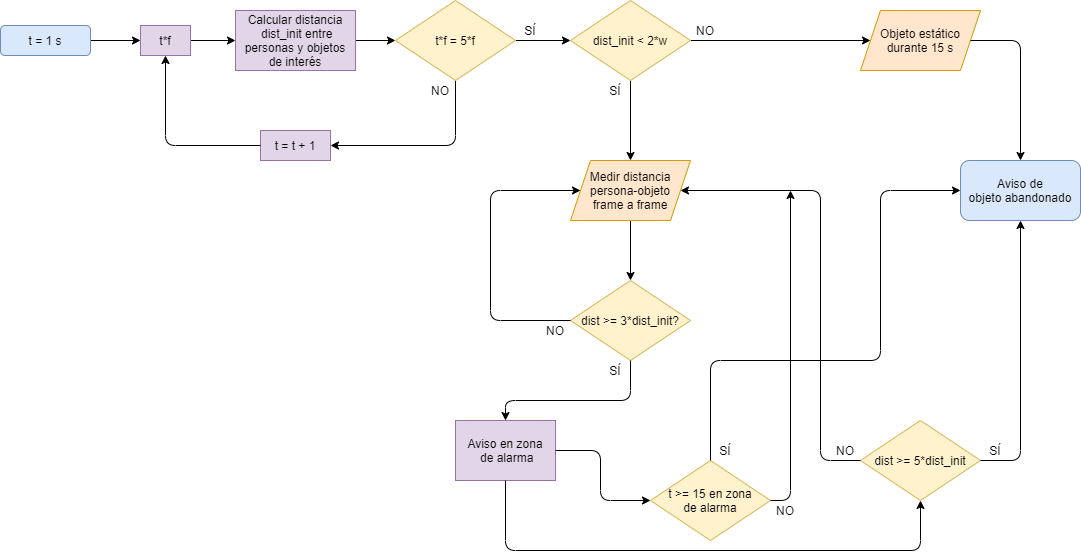
Earlier version of the draw.io export slides/Images/desarrollo/abandoned-object-scheme.png (jmudy/MUII-TFM). Source tidied: cells renumbered, new cells last; positions are measured from the earlier drawing's top-left corner, leaving out a move shared by most shapes. Its diagram source:
```xml
<mxGraphModel>
  <root>
    <mxCell id="0" />
    <mxCell id="1" parent="0" />
    <mxCell id="2" style="edgeStyle=orthogonalEdgeStyle;rounded=0;jettySize=auto;exitX=1;exitY=0.5;exitDx=0;exitDy=0;entryX=0;entryY=0.5;entryDx=0;entryDy=0;" parent="1" edge="1" source="27" target="10">
      <mxGeometry relative="1" as="geometry" />
    </mxCell>
    <mxCell id="3" style="endArrow=classic;entryX=0;entryY=0.5;entryDx=0;entryDy=0;exitX=1;exitY=0.5;exitDx=0;exitDy=0;" parent="1" edge="1" source="26" target="27">
      <mxGeometry relative="1" as="geometry" />
    </mxCell>
    <mxCell id="4" style="endArrow=classic;exitX=0.5;exitY=1;exitDx=0;exitDy=0;entryX=1;entryY=0.5;entryDx=0;entryDy=0;" parent="1" edge="1" source="6" target="28">
      <mxGeometry relative="1" as="geometry">
        <Array as="points">
          <mxPoint x="455" y="145" />
        </Array>
      </mxGeometry>
    </mxCell>
    <mxCell id="5" style="edgeStyle=orthogonalEdgeStyle;rounded=0;jettySize=auto;exitX=1;exitY=0.5;exitDx=0;exitDy=0;entryX=0;entryY=0.5;entryDx=0;entryDy=0;" parent="1" edge="1" source="6" target="13">
      <mxGeometry relative="1" as="geometry" />
    </mxCell>
    <mxCell id="6" value="t*f = 5*f" style="rhombus;fillColor=#fff2cc;strokeColor=#d6b656;" parent="1" vertex="1">
      <mxGeometry x="395" width="120" height="80" as="geometry" />
    </mxCell>
    <mxCell id="7" value="NO" style="text;align=center;verticalAlign=middle;" parent="1" vertex="1">
      <mxGeometry x="425" y="80" width="30" height="20" as="geometry" />
    </mxCell>
    <mxCell id="8" value="SÍ" style="text;align=center;verticalAlign=middle;" parent="1" vertex="1">
      <mxGeometry x="515" y="20" width="30" height="20" as="geometry" />
    </mxCell>
    <mxCell id="9" style="edgeStyle=orthogonalEdgeStyle;rounded=0;jettySize=auto;exitX=1;exitY=0.5;exitDx=0;exitDy=0;entryX=0;entryY=0.5;entryDx=0;entryDy=0;" parent="1" edge="1" source="10" target="6">
      <mxGeometry relative="1" as="geometry" />
    </mxCell>
    <mxCell id="10" value="Calcular distancia&#10; dist_init entre&#10;personas y objetos&#10;de interés" style="rounded=0;fillColor=#e1d5e7;strokeColor=#9673a6;" parent="1" vertex="1">
      <mxGeometry x="235" y="10" width="120" height="60" as="geometry" />
    </mxCell>
    <mxCell id="11" style="edgeStyle=orthogonalEdgeStyle;rounded=0;jettySize=auto;exitX=0.5;exitY=1;exitDx=0;exitDy=0;" parent="1" edge="1" source="13">
      <mxGeometry relative="1" as="geometry">
        <mxPoint x="630" y="160" as="targetPoint" />
      </mxGeometry>
    </mxCell>
    <mxCell id="12" style="edgeStyle=orthogonalEdgeStyle;rounded=0;jettySize=auto;exitX=1;exitY=0.5;exitDx=0;exitDy=0;" parent="1" edge="1" source="13" target="24">
      <mxGeometry relative="1" as="geometry" />
    </mxCell>
    <mxCell id="13" value="dist_init &lt; 2*w" style="rhombus;fillColor=#fff2cc;strokeColor=#d6b656;" parent="1" vertex="1">
      <mxGeometry x="570" width="120" height="80" as="geometry" />
    </mxCell>
    <mxCell id="14" style="edgeStyle=orthogonalEdgeStyle;rounded=0;jettySize=auto;exitX=0.5;exitY=1;exitDx=0;exitDy=0;entryX=0.5;entryY=0;entryDx=0;entryDy=0;" parent="1" edge="1" source="15" target="16">
      <mxGeometry relative="1" as="geometry" />
    </mxCell>
    <mxCell id="15" value="Medir distancia&#10;persona-objeto &#10;frame a frame" style="shape=parallelogram;perimeter=parallelogramPerimeter;fixedSize=1;fillColor=#ffe6cc;strokeColor=#d79b00;" parent="1" vertex="1">
      <mxGeometry x="570" y="160" width="120" height="60" as="geometry" />
    </mxCell>
    <mxCell id="16" value="dist &gt;= 3*dist_init?" style="rhombus;fillColor=#fff2cc;strokeColor=#d6b656;" parent="1" vertex="1">
      <mxGeometry x="570" y="280" width="120" height="80" as="geometry" />
    </mxCell>
    <mxCell id="17" style="endArrow=classic;exitX=0;exitY=0.5;exitDx=0;exitDy=0;entryX=0;entryY=0.5;entryDx=0;entryDy=0;" parent="1" edge="1" source="16" target="15">
      <mxGeometry relative="1" as="geometry">
        <Array as="points">
          <mxPoint x="490" y="320" />
          <mxPoint x="490" y="190" />
        </Array>
      </mxGeometry>
    </mxCell>
    <mxCell id="18" value="NO" style="text;align=center;verticalAlign=middle;" parent="1" vertex="1">
      <mxGeometry x="540" y="320" width="30" height="20" as="geometry" />
    </mxCell>
    <mxCell id="19" value="SÍ" style="text;align=center;verticalAlign=middle;" parent="1" vertex="1">
      <mxGeometry x="600" y="360" width="30" height="20" as="geometry" />
    </mxCell>
    <mxCell id="20" value="Aviso en zona&#10; de alarma" style="rounded=0;fillColor=#e1d5e7;strokeColor=#9673a6;" parent="1" vertex="1">
      <mxGeometry x="455" y="420" width="100" height="60" as="geometry" />
    </mxCell>
    <mxCell id="21" value="dist &gt;= 5*dist_init" style="rhombus;fillColor=#fff2cc;strokeColor=#d6b656;" parent="1" vertex="1">
      <mxGeometry x="860" y="420" width="120" height="80" as="geometry" />
    </mxCell>
    <mxCell id="22" value="SÍ" style="text;align=center;verticalAlign=middle;" parent="1" vertex="1">
      <mxGeometry x="600" y="80" width="30" height="20" as="geometry" />
    </mxCell>
    <mxCell id="23" value="NO" style="text;align=center;verticalAlign=middle;" parent="1" vertex="1">
      <mxGeometry x="690" y="20" width="30" height="20" as="geometry" />
    </mxCell>
    <mxCell id="24" value="Objeto estático&#10;durante 15 s" style="shape=parallelogram;perimeter=parallelogramPerimeter;fixedSize=1;fillColor=#ffe6cc;strokeColor=#d79b00;" parent="1" vertex="1">
      <mxGeometry x="860" y="10" width="120" height="60" as="geometry" />
    </mxCell>
    <mxCell id="25" value="Aviso de&#10;objeto abandonado" style="rounded=1;fillColor=#dae8fc;strokeColor=#6c8ebf;" parent="1" vertex="1">
      <mxGeometry x="960" y="160" width="120" height="60" as="geometry" />
    </mxCell>
    <mxCell id="26" value="t = 1 s" style="rounded=1;labelBackgroundColor=none;labelBorderColor=none;fillColor=#dae8fc;strokeColor=#6c8ebf;" parent="1" vertex="1">
      <mxGeometry y="25" width="90" height="30" as="geometry" />
    </mxCell>
    <mxCell id="27" value="t*f" style="rounded=0;fillColor=#e1d5e7;strokeColor=#9673a6;" parent="1" vertex="1">
      <mxGeometry x="140" y="25" width="50" height="30" as="geometry" />
    </mxCell>
    <mxCell id="28" value="t = t + 1" style="rounded=0;fillColor=#e1d5e7;strokeColor=#9673a6;" parent="1" vertex="1">
      <mxGeometry x="260" y="130" width="70" height="30" as="geometry" />
    </mxCell>
    <mxCell id="29" style="endArrow=classic;exitX=0;exitY=0.5;exitDx=0;exitDy=0;entryX=0.5;entryY=1;entryDx=0;entryDy=0;" parent="1" edge="1" source="28" target="27">
      <mxGeometry relative="1" as="geometry">
        <Array as="points">
          <mxPoint x="165" y="145" />
        </Array>
      </mxGeometry>
    </mxCell>
    <mxCell id="30" style="endArrow=classic;exitX=1;exitY=0.5;exitDx=0;exitDy=0;entryX=0.5;entryY=0;entryDx=0;entryDy=0;" parent="1" edge="1" source="24" target="25">
      <mxGeometry relative="1" as="geometry">
        <Array as="points">
          <mxPoint x="1020" y="40" />
        </Array>
      </mxGeometry>
    </mxCell>
    <mxCell id="31" style="endArrow=classic;exitX=1;exitY=0.5;exitDx=0;exitDy=0;entryX=0.5;entryY=1;entryDx=0;entryDy=0;" parent="1" edge="1" source="21" target="25">
      <mxGeometry relative="1" as="geometry">
        <Array as="points">
          <mxPoint x="1020" y="460" />
        </Array>
      </mxGeometry>
    </mxCell>
    <mxCell id="32" value="t &gt;= 15 en zona&#10;de alarma" style="rhombus;fillColor=#fff2cc;strokeColor=#d6b656;" parent="1" vertex="1">
      <mxGeometry x="650" y="460" width="120" height="80" as="geometry" />
    </mxCell>
    <mxCell id="33" style="endArrow=classic;exitX=0.5;exitY=0;exitDx=0;exitDy=0;entryX=0;entryY=0.5;entryDx=0;entryDy=0;" parent="1" edge="1" source="32" target="25">
      <mxGeometry relative="1" as="geometry">
        <Array as="points">
          <mxPoint x="710" y="360" />
          <mxPoint x="880" y="360" />
          <mxPoint x="880" y="190" />
        </Array>
      </mxGeometry>
    </mxCell>
    <mxCell id="34" style="endArrow=classic;entryX=0.5;entryY=1;entryDx=0;entryDy=0;exitX=0.5;exitY=1;exitDx=0;exitDy=0;" parent="1" edge="1" source="20" target="21">
      <mxGeometry relative="1" as="geometry">
        <Array as="points">
          <mxPoint x="505" y="550" />
          <mxPoint x="920" y="550" />
        </Array>
      </mxGeometry>
    </mxCell>
    <mxCell id="35" style="endArrow=classic;entryX=0;entryY=0.5;entryDx=0;entryDy=0;exitX=1;exitY=0.5;exitDx=0;exitDy=0;" parent="1" edge="1" source="20" target="32">
      <mxGeometry relative="1" as="geometry">
        <Array as="points">
          <mxPoint x="600" y="450" />
          <mxPoint x="600" y="500" />
        </Array>
      </mxGeometry>
    </mxCell>
    <mxCell id="36" style="endArrow=classic;exitX=0;exitY=0.5;exitDx=0;exitDy=0;entryX=1;entryY=0.5;entryDx=0;entryDy=0;" parent="1" edge="1" source="21" target="15">
      <mxGeometry relative="1" as="geometry">
        <Array as="points">
          <mxPoint x="820" y="460" />
          <mxPoint x="820" y="190" />
        </Array>
      </mxGeometry>
    </mxCell>
    <mxCell id="37" style="endArrow=classic;exitX=0.5;exitY=1;exitDx=0;exitDy=0;entryX=0.5;entryY=0;entryDx=0;entryDy=0;" parent="1" edge="1" source="16" target="20">
      <mxGeometry relative="1" as="geometry">
        <Array as="points">
          <mxPoint x="630" y="400" />
          <mxPoint x="505" y="400" />
        </Array>
      </mxGeometry>
    </mxCell>
    <mxCell id="38" value="SÍ" style="text;align=center;verticalAlign=middle;" parent="1" vertex="1">
      <mxGeometry x="710" y="440" width="30" height="20" as="geometry" />
    </mxCell>
    <mxCell id="39" value="SÍ" style="text;align=center;verticalAlign=middle;" parent="1" vertex="1">
      <mxGeometry x="980" y="440" width="30" height="20" as="geometry" />
    </mxCell>
    <mxCell id="40" style="endArrow=classic;exitX=1;exitY=0.5;exitDx=0;exitDy=0;" parent="1" edge="1" source="32">
      <mxGeometry relative="1" as="geometry">
        <mxPoint x="790" y="190" as="targetPoint" />
        <Array as="points">
          <mxPoint x="790" y="500" />
        </Array>
      </mxGeometry>
    </mxCell>
    <mxCell id="41" value="NO" style="text;align=center;verticalAlign=middle;" parent="1" vertex="1">
      <mxGeometry x="770" y="500" width="30" height="20" as="geometry" />
    </mxCell>
    <mxCell id="42" value="NO" style="text;align=center;verticalAlign=middle;" parent="1" vertex="1">
      <mxGeometry x="830" y="440" width="30" height="20" as="geometry" />
    </mxCell>
  </root>
</mxGraphModel>
```
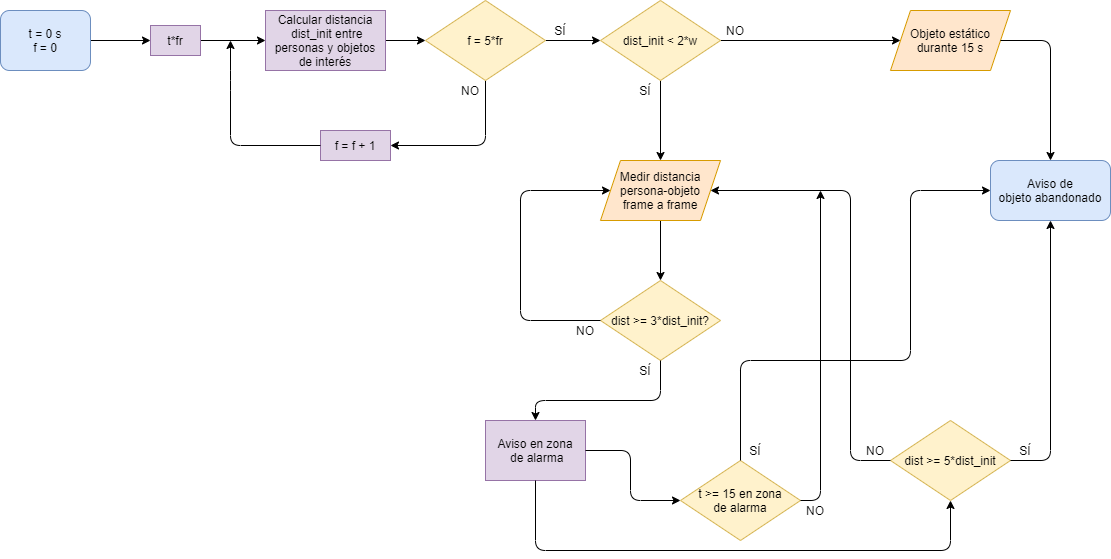
The same file after the commit.

Diff of the diagram source:
```diff
@@ -18,7 +18,7 @@
     <mxCell id="5" style="edgeStyle=orthogonalEdgeStyle;rounded=0;jettySize=auto;exitX=1;exitY=0.5;exitDx=0;exitDy=0;entryX=0;entryY=0.5;entryDx=0;entryDy=0;" parent="1" edge="1" source="6" target="13">
       <mxGeometry relative="1" as="geometry" />
     </mxCell>
-    <mxCell id="6" value="t*f = 5*f" style="rhombus;fillColor=#fff2cc;strokeColor=#d6b656;" parent="1" vertex="1">
+    <mxCell id="6" value="f = 5*fr" style="rhombus;fillColor=#fff2cc;strokeColor=#d6b656;" parent="1" vertex="1">
       <mxGeometry x="395" width="120" height="80" as="geometry" />
     </mxCell>
     <mxCell id="7" value="NO" style="text;align=center;verticalAlign=middle;" parent="1" vertex="1">
@@ -85,19 +85,21 @@
     <mxCell id="25" value="Aviso de&#10;objeto abandonado" style="rounded=1;fillColor=#dae8fc;strokeColor=#6c8ebf;" parent="1" vertex="1">
       <mxGeometry x="960" y="160" width="120" height="60" as="geometry" />
     </mxCell>
-    <mxCell id="26" value="t = 1 s" style="rounded=1;labelBackgroundColor=none;labelBorderColor=none;fillColor=#dae8fc;strokeColor=#6c8ebf;" parent="1" vertex="1">
-      <mxGeometry y="25" width="90" height="30" as="geometry" />
+    <mxCell id="26" value="t = 0 s&#10;f = 0" style="rounded=1;labelBackgroundColor=none;labelBorderColor=none;fillColor=#dae8fc;strokeColor=#6c8ebf;" parent="1" vertex="1">
+      <mxGeometry x="-30" y="10" width="90" height="60" as="geometry" />
     </mxCell>
-    <mxCell id="27" value="t*f" style="rounded=0;fillColor=#e1d5e7;strokeColor=#9673a6;" parent="1" vertex="1">
-      <mxGeometry x="140" y="25" width="50" height="30" as="geometry" />
+    <mxCell id="27" value="t*fr" style="rounded=0;fillColor=#e1d5e7;strokeColor=#9673a6;" parent="1" vertex="1">
+      <mxGeometry x="120" y="25" width="50" height="30" as="geometry" />
     </mxCell>
-    <mxCell id="28" value="t = t + 1" style="rounded=0;fillColor=#e1d5e7;strokeColor=#9673a6;" parent="1" vertex="1">
-      <mxGeometry x="260" y="130" width="70" height="30" as="geometry" />
+    <mxCell id="28" value="f = f + 1" style="rounded=0;fillColor=#e1d5e7;strokeColor=#9673a6;" parent="1" vertex="1">
+      <mxGeometry x="290" y="130" width="70" height="30" as="geometry" />
     </mxCell>
-    <mxCell id="29" style="endArrow=classic;exitX=0;exitY=0.5;exitDx=0;exitDy=0;entryX=0.5;entryY=1;entryDx=0;entryDy=0;" parent="1" edge="1" source="28" target="27">
+    <mxCell id="29" style="endArrow=classic;exitX=0;exitY=0.5;exitDx=0;exitDy=0;" parent="1" edge="1" source="28">
       <mxGeometry relative="1" as="geometry">
+        <mxPoint x="200" y="40" as="targetPoint" />
         <Array as="points">
-          <mxPoint x="165" y="145" />
+          <mxPoint x="200" y="145" />
+          <mxPoint x="200" y="80" />
         </Array>
       </mxGeometry>
     </mxCell>
```
